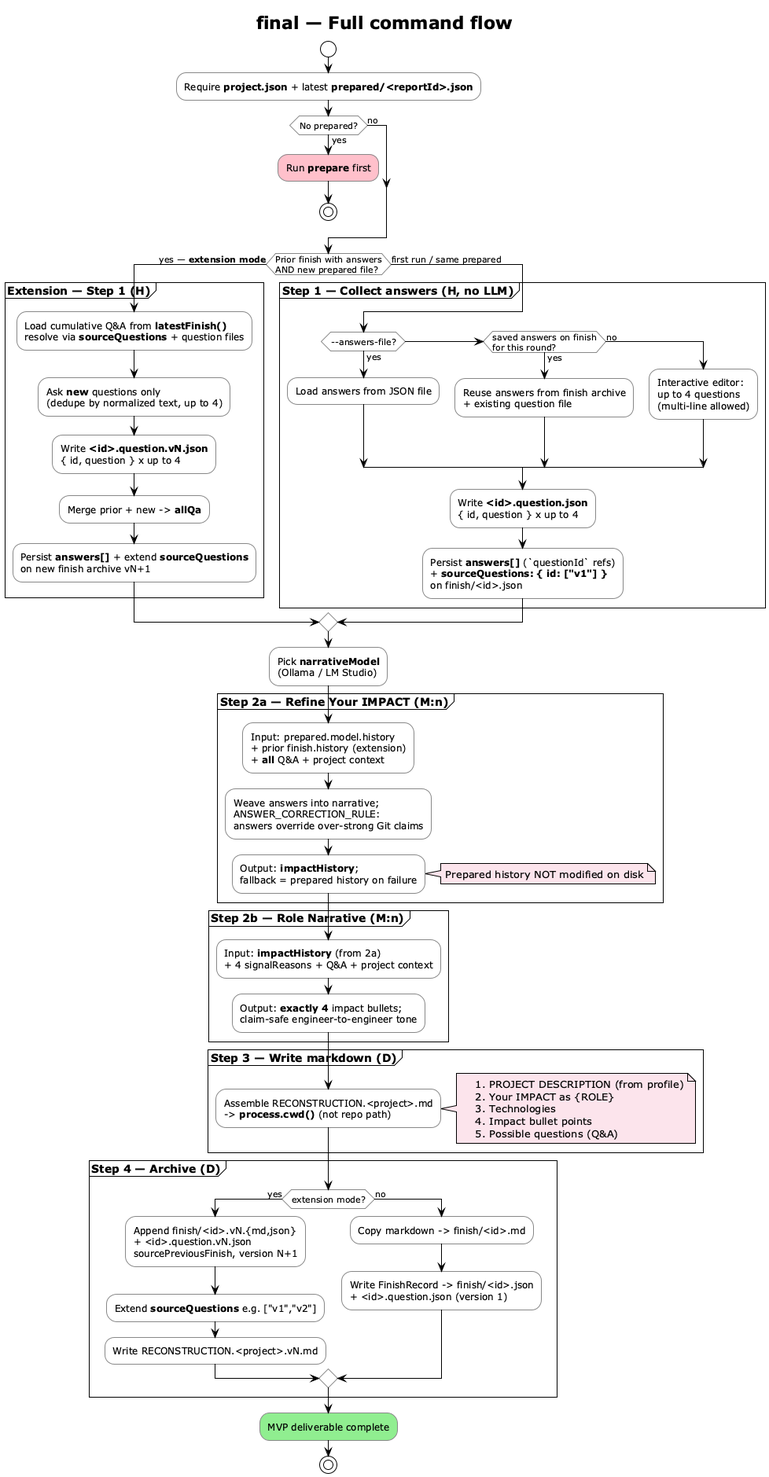
Before: img/final-command.png, a diagram exported from PlantUML (vzakharchenko/dev-workgraph).
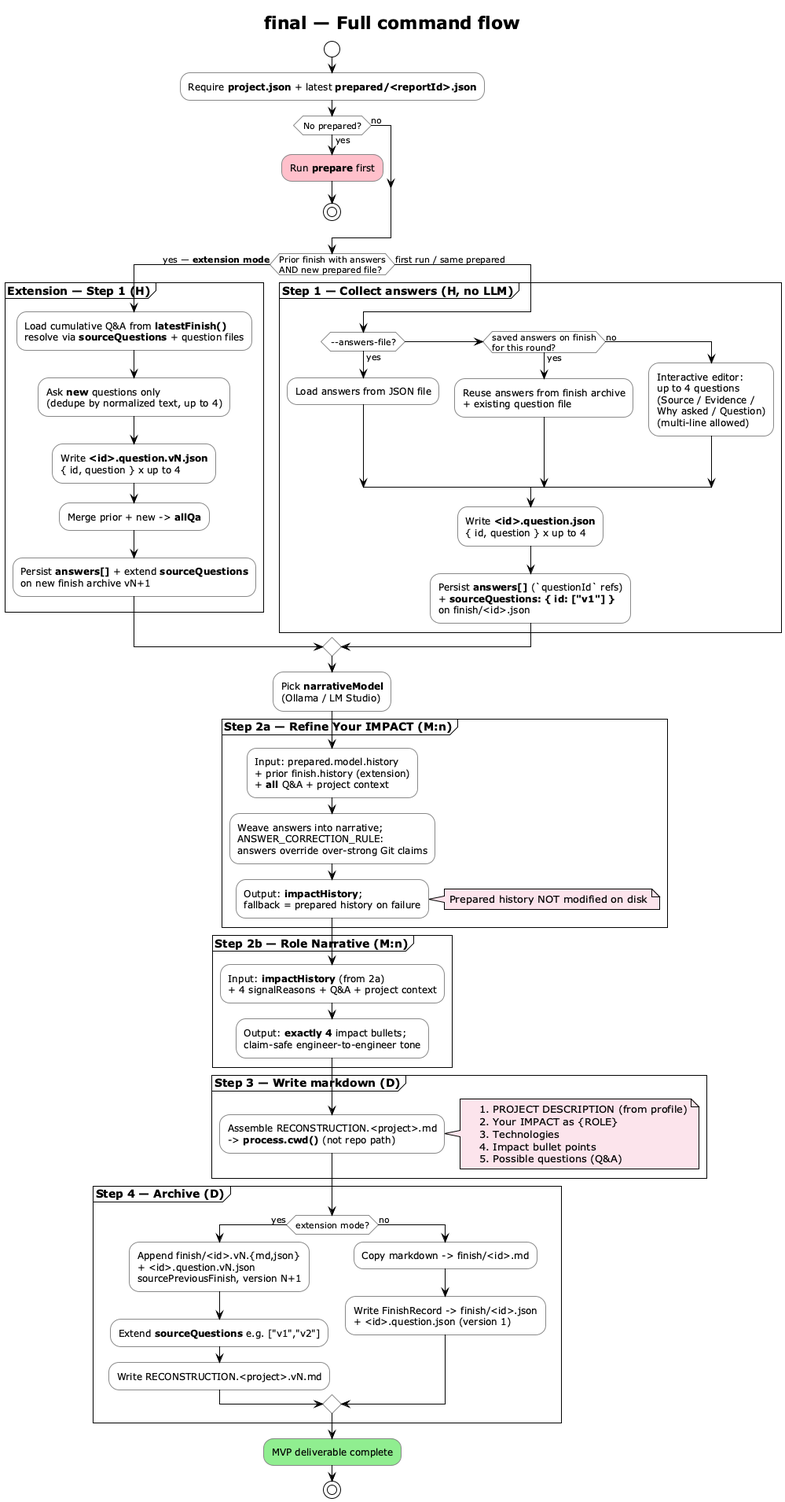
The same file after the commit.

Change to the diagram source:
```diff
@@ -31,7 +31,7 @@
     else if (saved answers on finish\nfor this round?) then (yes)
       :Reuse answers from finish archive\n+ existing question file;
     else (no)
-      :Interactive editor:\nup to 4 questions\n(multi-line allowed);
+      :Interactive editor:\nup to 4 questions\n(Source / Evidence /\nWhy asked / Question)\n(multi-line allowed);
     endif
     :Write **<id>.question.json**\n{ id, question } x up to 4;
     :Persist **answers[]** (`questionId` refs)\n+ **sourceQuestions: { id: ["v1"] }**\non finish/<id>.json;
```
